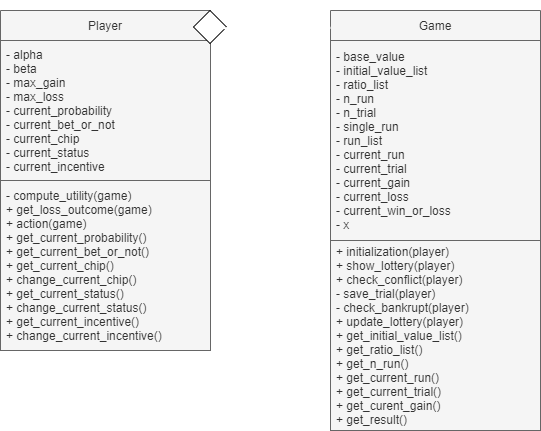
Above: UML diagram/simulation_UML_case_diagram.drawio.png in hsulab322/EDP_Simulation (draw.io), before the change. Source tidied: cells renumbered, new cells last; positions are measured from the earlier drawing's top-left corner, leaving out a move shared by most shapes. The source it was exported from:
```xml
<mxGraphModel>
  <root>
    <mxCell id="0" />
    <mxCell id="1" parent="0" />
    <mxCell id="2" value="Player" style="swimlane;fontStyle=0;horizontal=1;startSize=30;fillColor=#f5f5f5;strokeColor=#666666;fontColor=#333333;" parent="1" vertex="1">
      <mxGeometry y="10" width="210" height="340" as="geometry" />
    </mxCell>
    <mxCell id="3" value="- alpha&#10;- beta&#10;- max_gain&#10;- max_loss&#10;- current_probability&#10;- current_bet_or_not&#10;- current_chip&#10;- current_status&#10;- current_incentive" style="text;strokeColor=#666666;fillColor=#f5f5f5;align=left;verticalAlign=middle;spacingLeft=4;spacingRight=4;overflow=hidden;fontColor=#333333;" parent="2" vertex="1">
      <mxGeometry y="30" width="210" height="140" as="geometry" />
    </mxCell>
    <mxCell id="4" value="- compute_utility(game)&#10;+ get_loss_outcome(game)&#10;+ action(game)&#10;+ get_current_probability()&#10;+ get_current_bet_or_not()&#10;+ get_current_chip()&#10;+ change_current_chip()&#10;+ get_current_status()&#10;+ change_current_status()&#10;+ get_current_incentive()&#10;+ change_current_incentive()" style="text;strokeColor=#666666;fillColor=#f5f5f5;align=left;verticalAlign=middle;spacingLeft=4;spacingRight=4;overflow=hidden;fontColor=#333333;" parent="2" vertex="1">
      <mxGeometry y="170" width="210" height="170" as="geometry" />
    </mxCell>
    <mxCell id="5" value="Game" style="swimlane;fontStyle=0;horizontal=1;startSize=30;fillColor=#f5f5f5;strokeColor=#666666;fontColor=#333333;" parent="1" vertex="1">
      <mxGeometry x="330" y="10" width="210" height="420" as="geometry" />
    </mxCell>
    <mxCell id="6" value="- base_value&#10;- initial_value_list&#10;- ratio_list&#10;- n_run&#10;- n_trial&#10;- single_run&#10;- run_list&#10;- current_run&#10;- current_trial&#10;- current_gain&#10;- current_loss&#10;- current_win_or_loss&#10;- x" style="text;strokeColor=#666666;fillColor=#f5f5f5;align=left;verticalAlign=middle;spacingLeft=4;spacingRight=4;overflow=hidden;fontColor=#333333;" parent="5" vertex="1">
      <mxGeometry y="30" width="210" height="200" as="geometry" />
    </mxCell>
    <mxCell id="7" value="+ initialization(player)&#10;+ show_lottery(player)&#10;+ check_conflict(player)&#10;- save_trial(player)&#10;- check_bankrupt(player)&#10;+ update_lottery(player)&#10;+ get_initial_value_list()&#10;+ get_ratio_list()&#10;+ get_n_run()&#10;+ get_current_run()&#10;+ get_current_trial()&#10;+ get_curent_gain()&#10;+ get_result()" style="text;strokeColor=#666666;fillColor=#f5f5f5;align=left;verticalAlign=middle;spacingLeft=4;spacingRight=4;overflow=hidden;fontColor=#333333;" parent="5" vertex="1">
      <mxGeometry y="230" width="210" height="190" as="geometry" />
    </mxCell>
    <mxCell id="8" style="rhombus;whiteSpace=wrap;html=1;fillColor=#FFFFFF;strokeColor=#000000;" parent="1" vertex="1">
      <mxGeometry x="193" y="10" width="33" height="33" as="geometry" />
    </mxCell>
    <mxCell id="9" style="endArrow=none;html=1;fontColor=#000000;strokeColor=#FFFFFF;exitX=1.01;exitY=0.052;exitDx=0;exitDy=0;exitPerimeter=0;entryX=0;entryY=0.041;entryDx=0;entryDy=0;entryPerimeter=0;fillColor=#d5e8d4;jumpSize=16;rounded=0;strokeWidth=2;" parent="1" edge="1" source="2" target="5">
      <mxGeometry relative="1" as="geometry" />
    </mxCell>
    <mxCell id="10" value="1" style="text;html=1;strokeColor=none;fillColor=none;align=center;verticalAlign=middle;whiteSpace=wrap;rounded=0;fontColor=#FFFFFF;" parent="1" vertex="1">
      <mxGeometry x="200" width="60" height="30" as="geometry" />
    </mxCell>
    <mxCell id="11" value="0..*" style="text;html=1;strokeColor=none;fillColor=none;align=center;verticalAlign=middle;whiteSpace=wrap;rounded=0;fontColor=#FFFFFF;" parent="1" vertex="1">
      <mxGeometry x="280" width="60" height="30" as="geometry" />
    </mxCell>
  </root>
</mxGraphModel>
```
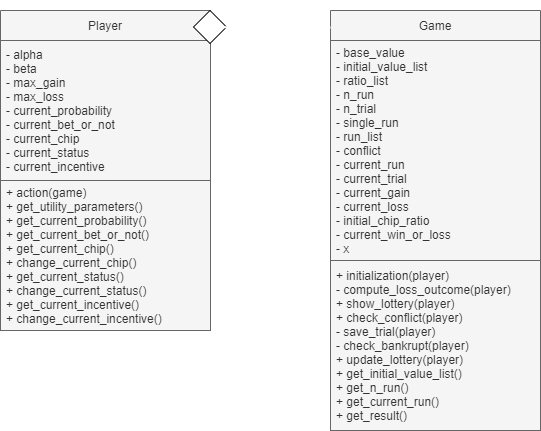
After the change.

Commit message:
Define the "computing loss outcome" process in the game class instead of player class, and then modify UML diagrams

The edit, as a diff of the source:
```diff
@@ -3,22 +3,22 @@
     <mxCell id="0" />
     <mxCell id="1" parent="0" />
     <mxCell id="2" value="Player" style="swimlane;fontStyle=0;horizontal=1;startSize=30;fillColor=#f5f5f5;strokeColor=#666666;fontColor=#333333;" parent="1" vertex="1">
-      <mxGeometry y="10" width="210" height="340" as="geometry" />
+      <mxGeometry y="10" width="210" height="320" as="geometry" />
     </mxCell>
     <mxCell id="3" value="- alpha&#10;- beta&#10;- max_gain&#10;- max_loss&#10;- current_probability&#10;- current_bet_or_not&#10;- current_chip&#10;- current_status&#10;- current_incentive" style="text;strokeColor=#666666;fillColor=#f5f5f5;align=left;verticalAlign=middle;spacingLeft=4;spacingRight=4;overflow=hidden;fontColor=#333333;" parent="2" vertex="1">
       <mxGeometry y="30" width="210" height="140" as="geometry" />
     </mxCell>
-    <mxCell id="4" value="- compute_utility(game)&#10;+ get_loss_outcome(game)&#10;+ action(game)&#10;+ get_current_probability()&#10;+ get_current_bet_or_not()&#10;+ get_current_chip()&#10;+ change_current_chip()&#10;+ get_current_status()&#10;+ change_current_status()&#10;+ get_current_incentive()&#10;+ change_current_incentive()" style="text;strokeColor=#666666;fillColor=#f5f5f5;align=left;verticalAlign=middle;spacingLeft=4;spacingRight=4;overflow=hidden;fontColor=#333333;" parent="2" vertex="1">
-      <mxGeometry y="170" width="210" height="170" as="geometry" />
+    <mxCell id="4" value="+ action(game)&#10;+ get_utility_parameters()&#10;+ get_current_probability()&#10;+ get_current_bet_or_not()&#10;+ get_current_chip()&#10;+ change_current_chip()&#10;+ get_current_status()&#10;+ change_current_status()&#10;+ get_current_incentive()&#10;+ change_current_incentive()" style="text;strokeColor=#666666;fillColor=#f5f5f5;align=left;verticalAlign=middle;spacingLeft=4;spacingRight=4;overflow=hidden;fontColor=#333333;" parent="2" vertex="1">
+      <mxGeometry y="170" width="210" height="150" as="geometry" />
     </mxCell>
     <mxCell id="5" value="Game" style="swimlane;fontStyle=0;horizontal=1;startSize=30;fillColor=#f5f5f5;strokeColor=#666666;fontColor=#333333;" parent="1" vertex="1">
       <mxGeometry x="330" y="10" width="210" height="420" as="geometry" />
     </mxCell>
-    <mxCell id="6" value="- base_value&#10;- initial_value_list&#10;- ratio_list&#10;- n_run&#10;- n_trial&#10;- single_run&#10;- run_list&#10;- current_run&#10;- current_trial&#10;- current_gain&#10;- current_loss&#10;- current_win_or_loss&#10;- x" style="text;strokeColor=#666666;fillColor=#f5f5f5;align=left;verticalAlign=middle;spacingLeft=4;spacingRight=4;overflow=hidden;fontColor=#333333;" parent="5" vertex="1">
-      <mxGeometry y="30" width="210" height="200" as="geometry" />
+    <mxCell id="6" value="- base_value&#10;- initial_value_list&#10;- ratio_list&#10;- n_run&#10;- n_trial&#10;- single_run&#10;- run_list&#10;- conflict&#10;- current_run&#10;- current_trial&#10;- current_gain&#10;- current_loss&#10;- initial_chip_ratio&#10;- current_win_or_loss&#10;- x" style="text;strokeColor=#666666;fillColor=#f5f5f5;align=left;verticalAlign=middle;spacingLeft=4;spacingRight=4;overflow=hidden;fontColor=#333333;" parent="5" vertex="1">
+      <mxGeometry y="30" width="210" height="220" as="geometry" />
     </mxCell>
-    <mxCell id="7" value="+ initialization(player)&#10;+ show_lottery(player)&#10;+ check_conflict(player)&#10;- save_trial(player)&#10;- check_bankrupt(player)&#10;+ update_lottery(player)&#10;+ get_initial_value_list()&#10;+ get_ratio_list()&#10;+ get_n_run()&#10;+ get_current_run()&#10;+ get_current_trial()&#10;+ get_curent_gain()&#10;+ get_result()" style="text;strokeColor=#666666;fillColor=#f5f5f5;align=left;verticalAlign=middle;spacingLeft=4;spacingRight=4;overflow=hidden;fontColor=#333333;" parent="5" vertex="1">
-      <mxGeometry y="230" width="210" height="190" as="geometry" />
+    <mxCell id="7" value="+ initialization(player)&#10;- compute_loss_outcome(player)&#10;+ show_lottery(player)&#10;+ check_conflict(player)&#10;- save_trial(player)&#10;- check_bankrupt(player)&#10;+ update_lottery(player)&#10;+ get_initial_value_list()&#10;+ get_n_run()&#10;+ get_current_run()&#10;+ get_result()" style="text;strokeColor=#666666;fillColor=#f5f5f5;align=left;verticalAlign=middle;spacingLeft=4;spacingRight=4;overflow=hidden;fontColor=#333333;" parent="5" vertex="1">
+      <mxGeometry y="250" width="210" height="170" as="geometry" />
     </mxCell>
     <mxCell id="8" style="rhombus;whiteSpace=wrap;html=1;fillColor=#FFFFFF;strokeColor=#000000;" parent="1" vertex="1">
       <mxGeometry x="193" y="10" width="33" height="33" as="geometry" />
```
